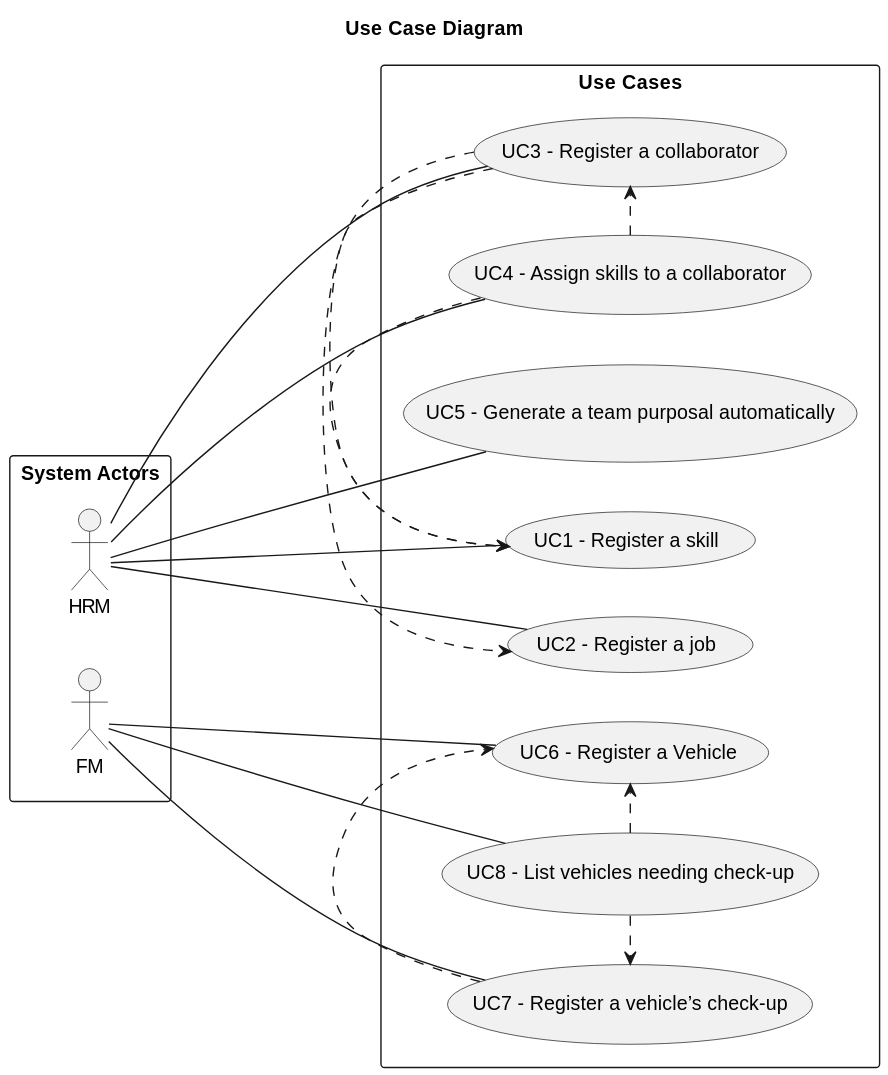
The PlantUML diagram docs/sprintA/global-artifacts/01.requirements-engineering/svg/use-case-diagram.svg in Rui-San/LAPR2_2023_2024, before a commit. Its diagram source:
```plantuml
@startuml
skinparam packageStyle rectangle
skinparam linetype cubic

title Use Case Diagram

left to right direction

rectangle "System Actors" as actors {

    actor "HRM"
    actor "FM"
}



rectangle "Use Cases" as usecases{
    usecase "UC1 - Register a skill" as UC1
    usecase "UC2 - Register a job" as UC2
    usecase "UC3 - Register a collaborator" as UC3
    usecase "UC4 - Assign skills to a collaborator" as UC4
    usecase "UC5 - Generate a team purposal automatically" as UC5
    usecase "UC6 - Register a Vehicle" as UC6
    usecase "UC7 - Register a vehicle’s check-up" as UC7
    usecase "UC8 - List vehicles needing check-up" as UC8

    HRM - UC1
    HRM - UC2
    HRM --- UC3
    HRM -- UC4
    HRM -- UC5
    FM -- UC6
    FM -- UC7
    FM ---- UC8


    UC3 .> UC1
    UC3 .> UC2
    UC4 .> UC1
    UC4 .> UC3
    UC7 .> UC6
    UC8 .> UC6
    UC8 .> UC7


}
@enduml
```
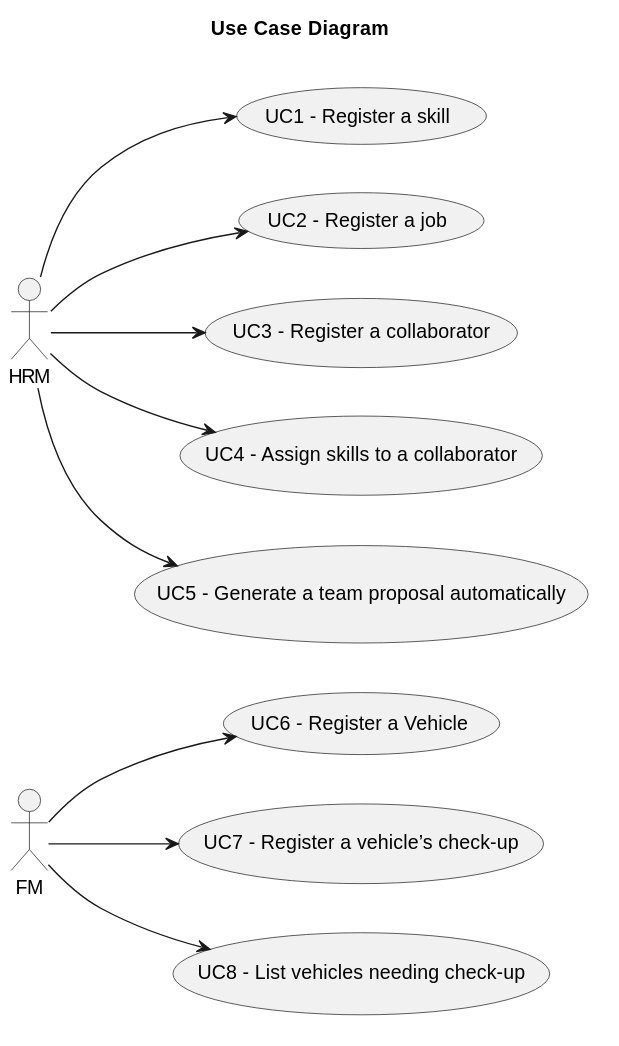
Later version of the same file.

Commit message:
OO Analysis - Add items to Conceptual Class Category List

Use Case Diagram .svg update

What changed in the source:
```diff
@@ -1,46 +1,39 @@
 @startuml
 skinparam packageStyle rectangle
-skinparam linetype cubic
+
+skinparam rectangle {
+    borderColor transparent
+}
 
 title Use Case Diagram
 
 left to right direction
 
-rectangle "System Actors" as actors {
-
     actor "HRM"
     actor "FM"
-}
 
 
+rectangle {
 
-rectangle "Use Cases" as usecases{
+
     usecase "UC1 - Register a skill" as UC1
     usecase "UC2 - Register a job" as UC2
     usecase "UC3 - Register a collaborator" as UC3
     usecase "UC4 - Assign skills to a collaborator" as UC4
-    usecase "UC5 - Generate a team purposal automatically" as UC5
+    usecase "UC5 - Generate a team proposal automatically" as UC5
     usecase "UC6 - Register a Vehicle" as UC6
     usecase "UC7 - Register a vehicle’s check-up" as UC7
     usecase "UC8 - List vehicles needing check-up" as UC8
 
-    HRM - UC1
-    HRM - UC2
-    HRM --- UC3
-    HRM -- UC4
-    HRM -- UC5
-    FM -- UC6
-    FM -- UC7
-    FM ---- UC8
+    HRM --> UC1
+    HRM --> UC2
+    HRM --> UC3
+    HRM --> UC4
+    HRM --> UC5
+    FM --> UC6
+    FM --> UC7
+    FM --> UC8
 
-
-    UC3 .> UC1
-    UC3 .> UC2
-    UC4 .> UC1
-    UC4 .> UC3
-    UC7 .> UC6
-    UC8 .> UC6
-    UC8 .> UC7
 
 
 }
```
